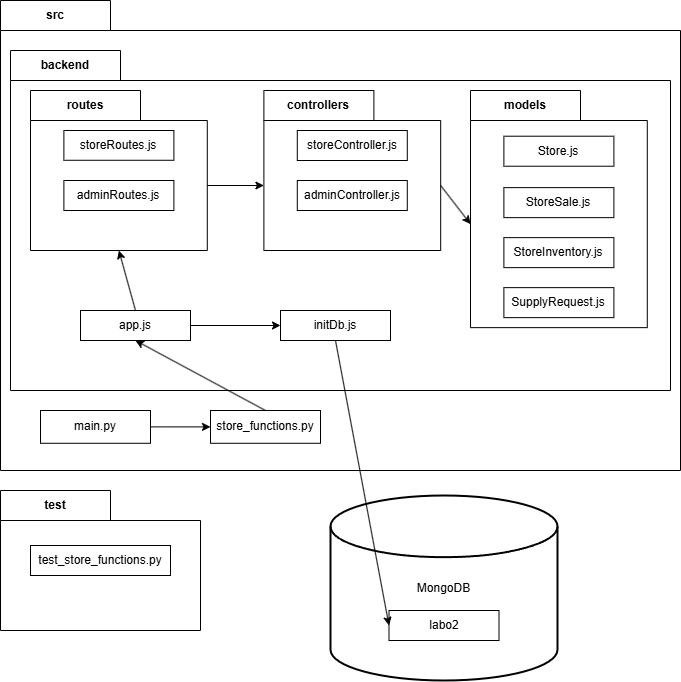
This is docs/UML/diag_vue_implementation.drawio.png from PraMaks/LOG430_Labo_0, a draw.io export, as it was before one commit. Source tidied: cells renumbered, new cells last; positions are measured from the earlier drawing's top-left corner, leaving out a move shared by most shapes. Source of this version:
```xml
<mxGraphModel>
  <root>
    <mxCell id="0" />
    <mxCell id="1" parent="0" />
    <mxCell id="2" value="src" style="shape=folder;fontStyle=1;tabWidth=110;tabHeight=30;tabPosition=left;html=1;boundedLbl=1;labelInHeader=1;whiteSpace=wrap;" parent="1" vertex="1">
      <mxGeometry width="680" height="470" as="geometry" />
    </mxCell>
    <mxCell id="3" style="html=1;strokeColor=none;fillColor=none;whiteSpace=wrap;" parent="2" vertex="1">
      <mxGeometry width="680" height="329" relative="1" as="geometry">
        <mxPoint y="30" as="offset" />
      </mxGeometry>
    </mxCell>
    <mxCell id="4" value="backend" style="shape=folder;fontStyle=1;tabWidth=110;tabHeight=30;tabPosition=left;html=1;boundedLbl=1;labelInHeader=1;whiteSpace=wrap;" parent="2" vertex="1">
      <mxGeometry x="10" y="50" width="660" height="340" as="geometry" />
    </mxCell>
    <mxCell id="5" style="html=1;strokeColor=none;fillColor=none;whiteSpace=wrap;" parent="4" vertex="1">
      <mxGeometry width="660" height="238" relative="1" as="geometry">
        <mxPoint y="30" as="offset" />
      </mxGeometry>
    </mxCell>
    <mxCell id="6" value="routes" style="shape=folder;fontStyle=1;tabWidth=110;tabHeight=30;tabPosition=left;html=1;boundedLbl=1;labelInHeader=1;whiteSpace=wrap;" parent="4" vertex="1">
      <mxGeometry x="20" y="40" width="176.8" height="160" as="geometry" />
    </mxCell>
    <mxCell id="7" style="html=1;strokeColor=none;fillColor=none;whiteSpace=wrap;" parent="6" vertex="1">
      <mxGeometry width="176.79" height="112" relative="1" as="geometry">
        <mxPoint y="30" as="offset" />
      </mxGeometry>
    </mxCell>
    <mxCell id="8" value="storeRoutes.js" style="html=1;whiteSpace=wrap;" parent="6" vertex="1">
      <mxGeometry x="33.4" y="40" width="110" height="29.8" as="geometry" />
    </mxCell>
    <mxCell id="9" value="adminRoutes.js" style="html=1;whiteSpace=wrap;" parent="6" vertex="1">
      <mxGeometry x="33.4" y="90" width="110" height="30" as="geometry" />
    </mxCell>
    <mxCell id="10" value="controllers" style="shape=folder;fontStyle=1;tabWidth=110;tabHeight=30;tabPosition=left;html=1;boundedLbl=1;labelInHeader=1;whiteSpace=wrap;" parent="4" vertex="1">
      <mxGeometry x="253.4" y="40" width="176.8" height="160" as="geometry" />
    </mxCell>
    <mxCell id="11" style="html=1;strokeColor=none;fillColor=none;whiteSpace=wrap;" parent="10" vertex="1">
      <mxGeometry width="176.79" height="112" relative="1" as="geometry">
        <mxPoint y="30" as="offset" />
      </mxGeometry>
    </mxCell>
    <mxCell id="12" value="storeController.js" style="html=1;whiteSpace=wrap;" parent="10" vertex="1">
      <mxGeometry x="33.4" y="40" width="110" height="30" as="geometry" />
    </mxCell>
    <mxCell id="13" value="adminController.js" style="html=1;whiteSpace=wrap;" parent="10" vertex="1">
      <mxGeometry x="33.4" y="90" width="110" height="30" as="geometry" />
    </mxCell>
    <mxCell id="14" value="app.js" style="html=1;whiteSpace=wrap;" parent="4" vertex="1">
      <mxGeometry x="70" y="260" width="110" height="30" as="geometry" />
    </mxCell>
    <mxCell id="15" value="initDb.js" style="html=1;whiteSpace=wrap;" parent="4" vertex="1">
      <mxGeometry x="270" y="260" width="110" height="30" as="geometry" />
    </mxCell>
    <mxCell id="16" style="endArrow=classic;html=1;rounded=0;entryX=0;entryY=0.5;entryDx=0;entryDy=0;exitX=1;exitY=0.5;exitDx=0;exitDy=0;" parent="4" edge="1" source="14" target="15">
      <mxGeometry relative="1" as="geometry" />
    </mxCell>
    <mxCell id="17" style="endArrow=classic;html=1;rounded=0;entryX=0;entryY=0;entryDx=0;entryDy=95;entryPerimeter=0;exitX=0;exitY=0;exitDx=176.79;exitDy=95;exitPerimeter=0;" parent="4" edge="1" source="6" target="10">
      <mxGeometry relative="1" as="geometry" />
    </mxCell>
    <mxCell id="18" style="endArrow=classic;html=1;rounded=0;entryX=0.5;entryY=1;entryDx=0;entryDy=0;entryPerimeter=0;exitX=0.5;exitY=0;exitDx=0;exitDy=0;" parent="4" edge="1" source="14" target="6">
      <mxGeometry relative="1" as="geometry" />
    </mxCell>
    <mxCell id="19" value="models" style="shape=folder;fontStyle=1;tabWidth=110;tabHeight=30;tabPosition=left;html=1;boundedLbl=1;labelInHeader=1;whiteSpace=wrap;" parent="4" vertex="1">
      <mxGeometry x="460" y="40" width="176.8" height="237.1" as="geometry" />
    </mxCell>
    <mxCell id="20" style="html=1;strokeColor=none;fillColor=none;whiteSpace=wrap;" parent="19" vertex="1">
      <mxGeometry width="176.79" height="166" relative="1" as="geometry">
        <mxPoint y="30" as="offset" />
      </mxGeometry>
    </mxCell>
    <mxCell id="21" value="Store.js" style="html=1;whiteSpace=wrap;" parent="19" vertex="1">
      <mxGeometry x="33.4" y="45.7" width="110" height="30" as="geometry" />
    </mxCell>
    <mxCell id="22" value="StoreSale.js&lt;span style=&quot;color: rgba(0, 0, 0, 0); font-family: monospace; font-size: 0px; text-align: start; text-wrap-mode: nowrap;&quot;&gt;%3CmxGraphModel%3E%3Croot%3E%3CmxCell%20id%3D%220%22%2F%3E%3CmxCell%20id%3D%221%22%20parent%3D%220%22%2F%3E%3CmxCell%20id%3D%222%22%20value%3D%22Packaged%20element1%22%20style%3D%22html%3D1%3BwhiteSpace%3Dwrap%3B%22%20vertex%3D%221%22%20parent%3D%221%22%3E%3CmxGeometry%20x%3D%22590%22%20y%3D%2270%22%20width%3D%22110%22%20height%3D%2230%22%20as%3D%22geometry%22%2F%3E%3C%2FmxCell%3E%3C%2Froot%3E%3C%2FmxGraphModel%3E&lt;/span&gt;" style="html=1;whiteSpace=wrap;" parent="19" vertex="1">
      <mxGeometry x="33.4" y="97.1" width="110" height="30" as="geometry" />
    </mxCell>
    <mxCell id="23" value="StoreInventory.js" style="html=1;whiteSpace=wrap;" parent="19" vertex="1">
      <mxGeometry x="33.4" y="147.1" width="110" height="30" as="geometry" />
    </mxCell>
    <mxCell id="24" value="SupplyRequest.js" style="html=1;whiteSpace=wrap;" parent="19" vertex="1">
      <mxGeometry x="33.4" y="197.1" width="110" height="30" as="geometry" />
    </mxCell>
    <mxCell id="25" style="endArrow=classic;html=1;rounded=0;entryX=0;entryY=0;entryDx=0;entryDy=133.57;entryPerimeter=0;exitX=0;exitY=0;exitDx=176.79;exitDy=95;exitPerimeter=0;" parent="4" edge="1" source="10" target="19">
      <mxGeometry relative="1" as="geometry" />
    </mxCell>
    <mxCell id="26" value="main.py" style="html=1;whiteSpace=wrap;" parent="2" vertex="1">
      <mxGeometry x="40" y="410" width="110" height="32.8" as="geometry" />
    </mxCell>
    <mxCell id="27" style="endArrow=classic;html=1;rounded=0;entryX=0;entryY=0.5;entryDx=0;entryDy=0;exitX=1;exitY=0.5;exitDx=0;exitDy=0;" parent="2" edge="1" source="26" target="28">
      <mxGeometry relative="1" as="geometry" />
    </mxCell>
    <mxCell id="28" value="store_functions.py" style="html=1;whiteSpace=wrap;" parent="2" vertex="1">
      <mxGeometry x="210" y="410" width="110" height="32.8" as="geometry" />
    </mxCell>
    <mxCell id="29" style="endArrow=classic;html=1;rounded=0;entryX=0.5;entryY=1;entryDx=0;entryDy=0;exitX=0.5;exitY=0;exitDx=0;exitDy=0;" parent="2" edge="1" source="28" target="14">
      <mxGeometry relative="1" as="geometry" />
    </mxCell>
    <mxCell id="30" value="test" style="shape=folder;fontStyle=1;tabWidth=110;tabHeight=30;tabPosition=left;html=1;boundedLbl=1;labelInHeader=1;whiteSpace=wrap;" parent="1" vertex="1">
      <mxGeometry y="490" width="200" height="140" as="geometry" />
    </mxCell>
    <mxCell id="31" style="html=1;strokeColor=none;fillColor=none;whiteSpace=wrap;" parent="30" vertex="1">
      <mxGeometry width="200" height="98" relative="1" as="geometry">
        <mxPoint y="30" as="offset" />
      </mxGeometry>
    </mxCell>
    <mxCell id="32" value="test_store_functions.py" style="html=1;whiteSpace=wrap;" parent="30" vertex="1">
      <mxGeometry x="30" y="55" width="140" height="30" as="geometry" />
    </mxCell>
    <mxCell id="33" value="MongoDB" style="strokeWidth=2;html=1;shape=mxgraph.flowchart.database;whiteSpace=wrap;" parent="1" vertex="1">
      <mxGeometry x="330" y="495" width="227" height="185" as="geometry" />
    </mxCell>
    <mxCell id="34" value="labo2" style="html=1;whiteSpace=wrap;" parent="1" vertex="1">
      <mxGeometry x="388.5" y="610" width="110" height="30" as="geometry" />
    </mxCell>
    <mxCell id="35" style="endArrow=classic;html=1;rounded=0;entryX=0;entryY=0.5;entryDx=0;entryDy=0;exitX=0.5;exitY=1;exitDx=0;exitDy=0;" parent="1" edge="1" source="15" target="34">
      <mxGeometry relative="1" as="geometry" />
    </mxCell>
  </root>
</mxGraphModel>
```
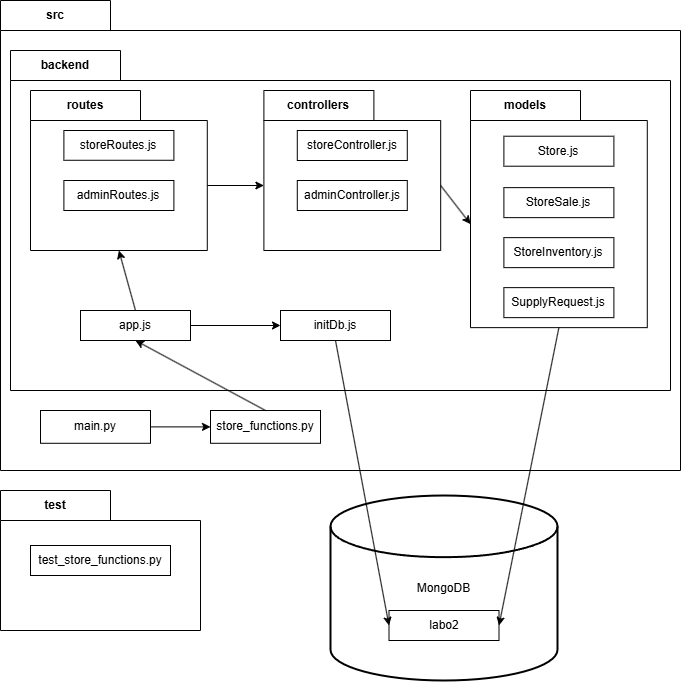
After the commit.

Commit message:
Fix pour certains diagrammes

What changed in the source:
```diff
@@ -116,5 +116,8 @@
     <mxCell id="35" style="endArrow=classic;html=1;rounded=0;entryX=0;entryY=0.5;entryDx=0;entryDy=0;exitX=0.5;exitY=1;exitDx=0;exitDy=0;" parent="1" edge="1" source="15" target="34">
       <mxGeometry relative="1" as="geometry" />
     </mxCell>
+    <mxCell id="36" style="endArrow=classic;html=1;rounded=0;entryX=1;entryY=0.5;entryDx=0;entryDy=0;exitX=0.5;exitY=1;exitDx=0;exitDy=0;exitPerimeter=0;" parent="1" edge="1" source="19" target="34">
+      <mxGeometry relative="1" as="geometry" />
+    </mxCell>
   </root>
 </mxGraphModel>
```
